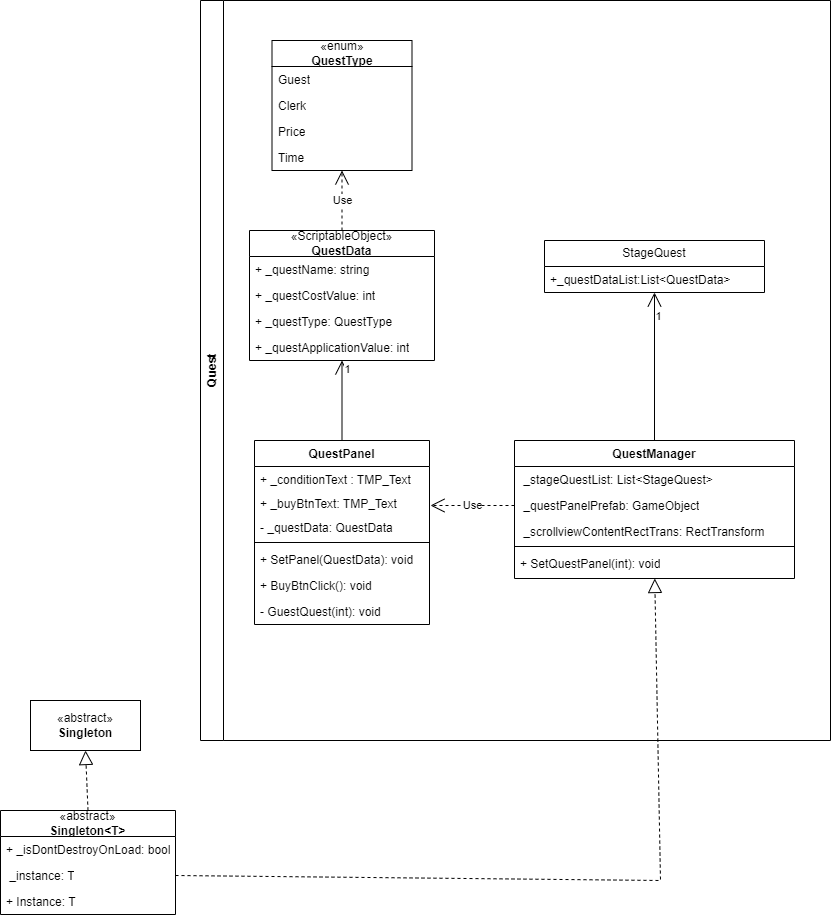
Earlier version of the draw.io export Restaurant_Tycoon.drawio.png (jiye-stingray/Restaurant_Tycoon). Source tidied: cells renumbered, new cells last; positions are measured from the earlier drawing's top-left corner, leaving out a move shared by most shapes.
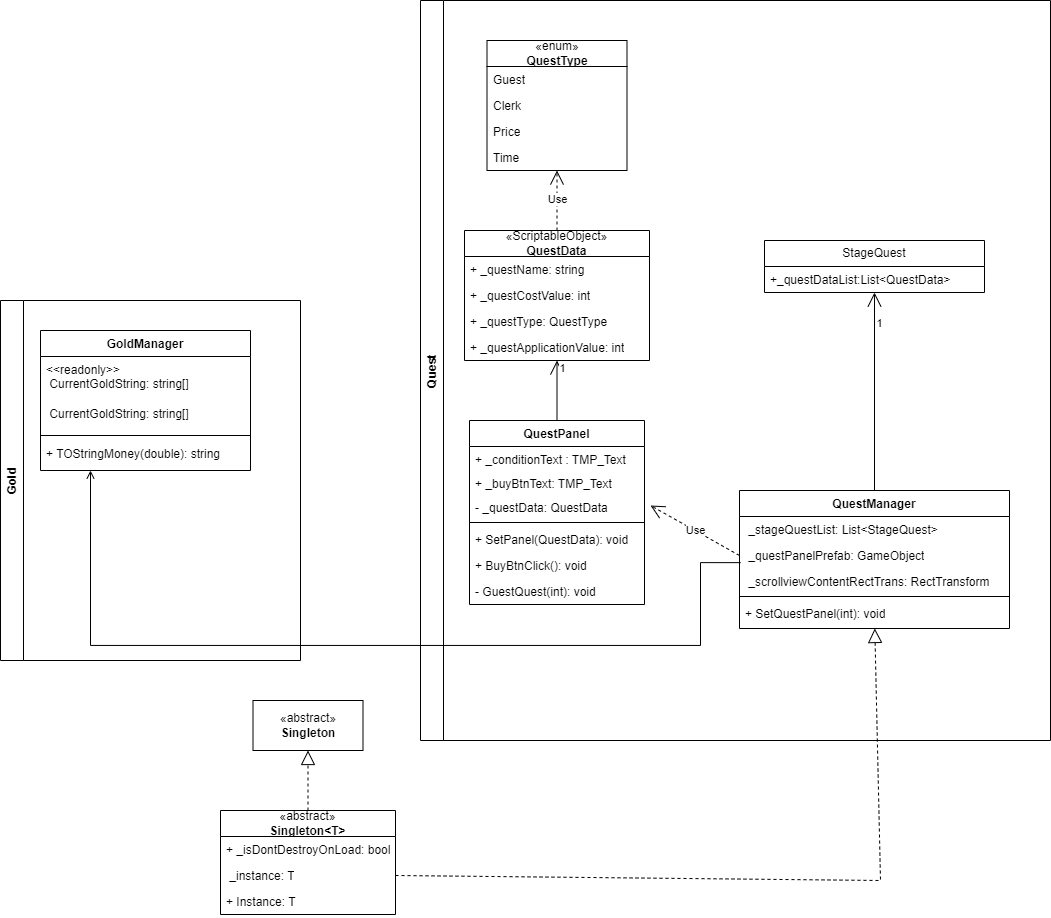
The same file after the commit.

What changed in the source:
```diff
@@ -6,7 +6,7 @@
       <mxGeometry x="200" width="630" height="740" as="geometry" />
     </mxCell>
     <mxCell id="3" value="«ScriptableObject»&lt;br style=&quot;border-color: var(--border-color);&quot;&gt;&lt;b style=&quot;border-color: var(--border-color);&quot;&gt;QuestData&lt;/b&gt;" style="swimlane;fontStyle=0;horizontal=1;startSize=26;fillColor=none;whiteSpace=wrap;html=1;" parent="2" vertex="1">
-      <mxGeometry x="49" y="230" width="185" height="130" as="geometry" />
+      <mxGeometry x="44" y="230" width="185" height="130" as="geometry" />
     </mxCell>
     <mxCell id="4" value="+ _questName: string" style="text;strokeColor=none;fillColor=none;align=left;verticalAlign=top;spacingLeft=4;spacingRight=4;overflow=hidden;whiteSpace=wrap;html=1;" parent="3" vertex="1">
       <mxGeometry y="26" width="185" height="26" as="geometry" />
@@ -21,7 +21,7 @@
       <mxGeometry y="104" width="185" height="26" as="geometry" />
     </mxCell>
     <mxCell id="8" value="QuestPanel" style="swimlane;fontStyle=1;align=center;verticalAlign=top;horizontal=1;startSize=26;whiteSpace=wrap;html=1;" parent="2" vertex="1">
-      <mxGeometry x="54" y="440" width="175" height="184" as="geometry" />
+      <mxGeometry x="49" y="420" width="175" height="184" as="geometry" />
     </mxCell>
     <mxCell id="9" value="+ _conditionText : TMP_Text&lt;br&gt;" style="text;strokeColor=none;fillColor=none;align=left;verticalAlign=top;spacingLeft=4;spacingRight=4;overflow=hidden;whiteSpace=wrap;html=1;" parent="8" vertex="1">
       <mxGeometry y="26" width="175" height="24" as="geometry" />
@@ -45,22 +45,22 @@
       <mxGeometry y="158" width="175" height="26" as="geometry" />
     </mxCell>
     <mxCell id="16" value="QuestManager" style="swimlane;fontStyle=1;align=center;verticalAlign=top;horizontal=1;startSize=26;whiteSpace=wrap;html=1;" parent="2" vertex="1">
-      <mxGeometry x="314" y="440" width="280" height="138" as="geometry" />
+      <mxGeometry x="319" y="490" width="270" height="138" as="geometry" />
     </mxCell>
     <mxCell id="17" value="&amp;nbsp;_stageQuestList: List&amp;lt;StageQuest&amp;gt;" style="text;strokeColor=none;fillColor=none;align=left;verticalAlign=top;spacingLeft=4;spacingRight=4;overflow=hidden;whiteSpace=wrap;html=1;" parent="16" vertex="1">
-      <mxGeometry y="26" width="280" height="26" as="geometry" />
+      <mxGeometry y="26" width="270" height="26" as="geometry" />
     </mxCell>
     <mxCell id="18" value="&amp;nbsp;_questPanelPrefab: GameObject" style="text;strokeColor=none;fillColor=none;align=left;verticalAlign=top;spacingLeft=4;spacingRight=4;overflow=hidden;points=[[0,0.5],[1,0.5]];portConstraint=eastwest;whiteSpace=wrap;html=1;" parent="16" vertex="1">
-      <mxGeometry y="52" width="280" height="26" as="geometry" />
+      <mxGeometry y="52" width="270" height="26" as="geometry" />
     </mxCell>
     <mxCell id="19" value="&amp;nbsp;_scrollviewContentRectTrans: RectTransform" style="text;strokeColor=none;fillColor=none;align=left;verticalAlign=top;spacingLeft=4;spacingRight=4;overflow=hidden;whiteSpace=wrap;html=1;" parent="16" vertex="1">
-      <mxGeometry y="78" width="280" height="24" as="geometry" />
+      <mxGeometry y="78" width="270" height="24" as="geometry" />
     </mxCell>
     <mxCell id="20" style="line;strokeWidth=1;fillColor=none;align=left;verticalAlign=middle;spacingTop=-1;spacingLeft=3;spacingRight=3;labelPosition=right;strokeColor=inherit;" parent="16" vertex="1">
-      <mxGeometry y="102" width="280" height="8" as="geometry" />
+      <mxGeometry y="102" width="270" height="8" as="geometry" />
     </mxCell>
     <mxCell id="21" value="+ SetQuestPanel(int): void" style="text;strokeColor=none;fillColor=none;align=left;verticalAlign=top;spacingLeft=4;spacingRight=4;overflow=hidden;points=[[0,0.5],[1,0.5]];portConstraint=eastwest;whiteSpace=wrap;html=1;" parent="16" vertex="1">
-      <mxGeometry y="110" width="280" height="28" as="geometry" />
+      <mxGeometry y="110" width="270" height="28" as="geometry" />
     </mxCell>
     <mxCell id="22" value="StageQuest" style="swimlane;fontStyle=0;horizontal=1;startSize=26;fillColor=none;whiteSpace=wrap;html=1;" parent="2" vertex="1">
       <mxGeometry x="344" y="240" width="220" height="52" as="geometry" />
@@ -86,7 +86,7 @@
       </mxGeometry>
     </mxCell>
     <mxCell id="29" value="«enum»&lt;br style=&quot;border-color: var(--border-color);&quot;&gt;&lt;b style=&quot;border-color: var(--border-color);&quot;&gt;QuestType&lt;br&gt;&lt;/b&gt;" style="swimlane;fontStyle=0;horizontal=1;startSize=26;fillColor=none;whiteSpace=wrap;html=1;" parent="2" vertex="1">
-      <mxGeometry x="71.5" y="40" width="140" height="130" as="geometry" />
+      <mxGeometry x="66.5" y="40" width="140" height="130" as="geometry" />
     </mxCell>
     <mxCell id="30" value="Guest" style="text;strokeColor=none;fillColor=none;align=left;verticalAlign=top;spacingLeft=4;spacingRight=4;overflow=hidden;whiteSpace=wrap;html=1;" parent="29" vertex="1">
       <mxGeometry y="26" width="140" height="26" as="geometry" />
@@ -104,7 +104,7 @@
       <mxGeometry relative="1" as="geometry" />
     </mxCell>
     <mxCell id="35" value="«abstract»&lt;br&gt;&lt;b&gt;Singleton&lt;/b&gt;" style="html=1;whiteSpace=wrap;" parent="1" vertex="1">
-      <mxGeometry x="30" y="700" width="110" height="50" as="geometry" />
+      <mxGeometry x="32.5" y="700" width="110" height="50" as="geometry" />
     </mxCell>
     <mxCell id="36" style="endArrow=block;dashed=1;endFill=0;endSize=12;html=1;rounded=0;entryX=0.5;entryY=1;entryDx=0;entryDy=0;exitX=0.5;exitY=0;exitDx=0;exitDy=0;" parent="1" edge="1" source="37" target="35">
       <mxGeometry relative="1" as="geometry" />
@@ -128,5 +128,32 @@
         </Array>
       </mxGeometry>
     </mxCell>
+    <mxCell id="42" value="Gold" style="swimlane;horizontal=0;whiteSpace=wrap;html=1;" parent="1" vertex="1">
+      <mxGeometry x="-220" y="300" width="300" height="360" as="geometry" />
+    </mxCell>
+    <mxCell id="43" value="GoldManager" style="swimlane;fontStyle=1;align=center;verticalAlign=top;horizontal=1;startSize=26;whiteSpace=wrap;html=1;" parent="42" vertex="1">
+      <mxGeometry x="40" y="30" width="210" height="140" as="geometry" />
+    </mxCell>
+    <mxCell id="44" value="&amp;lt;&amp;lt;readonly&amp;gt;&amp;gt;&lt;br&gt;&amp;nbsp;CurrentGoldString: string[]" style="text;strokeColor=none;fillColor=none;align=left;verticalAlign=top;spacingLeft=4;spacingRight=4;overflow=hidden;whiteSpace=wrap;html=1;" parent="43" vertex="1">
+      <mxGeometry y="26" width="210" height="44" as="geometry" />
+    </mxCell>
+    <mxCell id="45" value="&amp;nbsp;CurrentGoldString: string[]" style="text;strokeColor=none;fillColor=none;align=left;verticalAlign=top;spacingLeft=4;spacingRight=4;overflow=hidden;whiteSpace=wrap;html=1;" parent="43" vertex="1">
+      <mxGeometry y="70" width="210" height="30" as="geometry" />
+    </mxCell>
+    <mxCell id="46" style="line;strokeWidth=1;fillColor=none;align=left;verticalAlign=middle;spacingTop=-1;spacingLeft=3;spacingRight=3;labelPosition=right;strokeColor=inherit;" parent="43" vertex="1">
+      <mxGeometry y="100" width="210" height="10" as="geometry" />
+    </mxCell>
+    <mxCell id="47" value="+ TOStringMoney(double): string" style="text;strokeColor=none;fillColor=none;align=left;verticalAlign=top;spacingLeft=4;spacingRight=4;overflow=hidden;points=[[0,0.5],[1,0.5]];portConstraint=eastwest;whiteSpace=wrap;html=1;" parent="43" vertex="1">
+      <mxGeometry y="110" width="210" height="30" as="geometry" />
+    </mxCell>
+    <mxCell id="48" style="edgeStyle=orthogonalEdgeStyle;rounded=0;jettySize=auto;html=1;exitX=0.004;exitY=0.775;exitDx=0;exitDy=0;exitPerimeter=0;endArrow=open;endFill=0;" parent="1" edge="1" source="18" target="47">
+      <mxGeometry relative="1" as="geometry">
+        <Array as="points">
+          <mxPoint x="480" y="562" />
+          <mxPoint x="480" y="645" />
+          <mxPoint x="-130" y="645" />
+        </Array>
+      </mxGeometry>
+    </mxCell>
   </root>
 </mxGraphModel>
```
